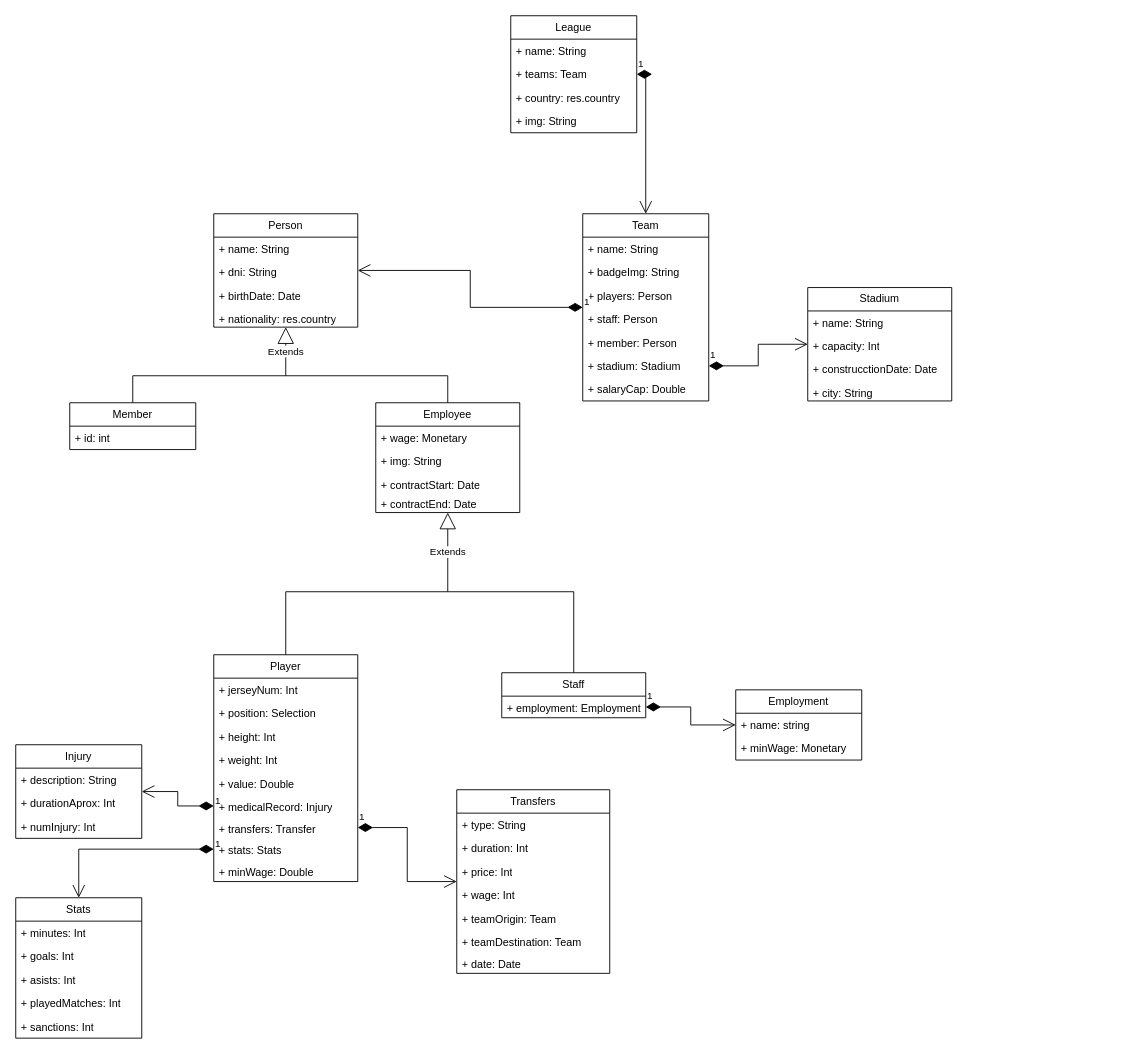
Earlier version of the draw.io diagram UML/UML-League-en.drawio (Arrcturus/laliga-odoo). Source tidied: cells renumbered, new cells numbered last; positions are measured from the earlier drawing's top-left corner, leaving out a move shared by most shapes. Both pictures are drawn from the tidied source at 90%, with x=0, y=0 at pixel (15, 15).
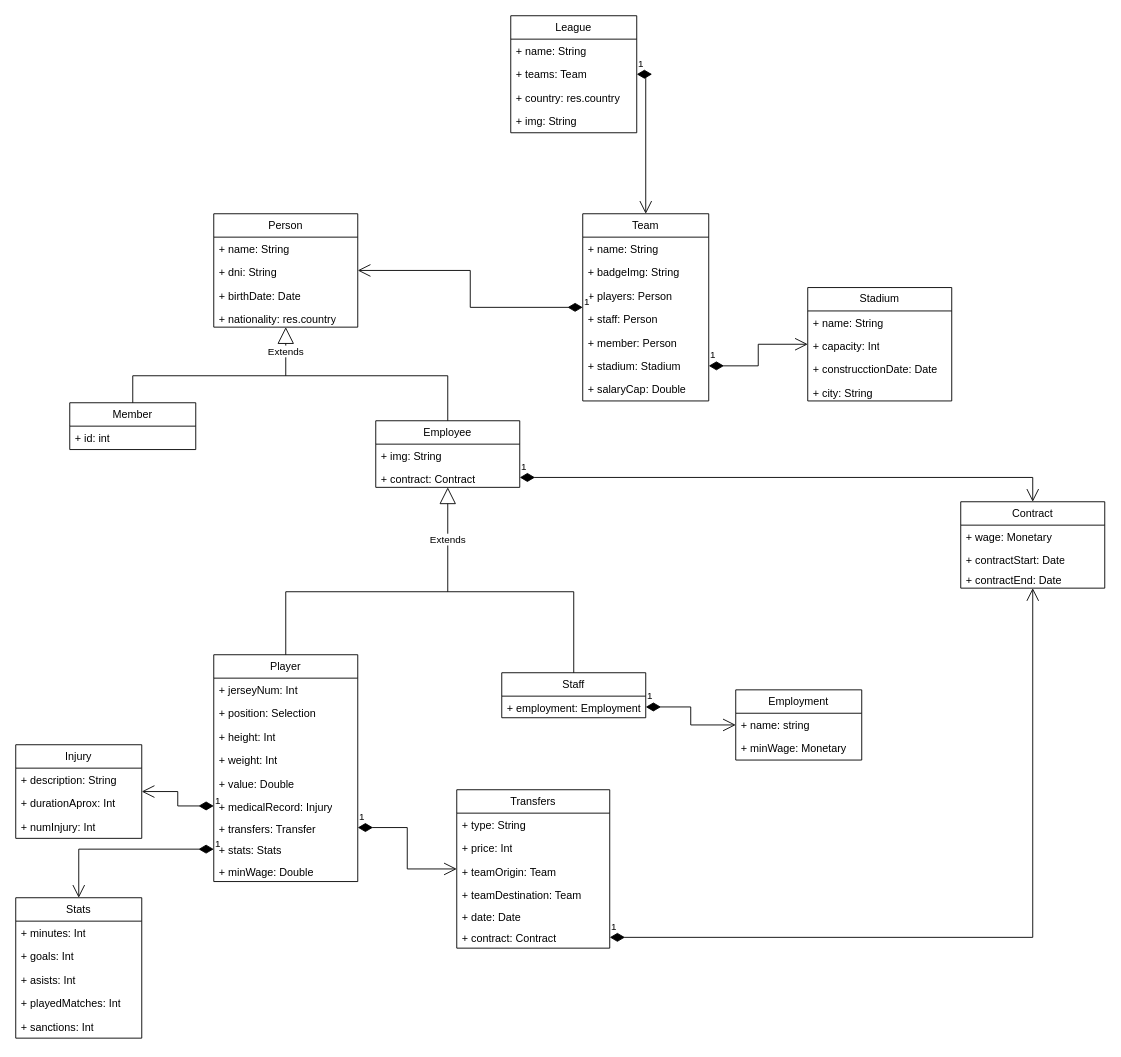
Above is the later version.

Commit message:
Adding Contract model

Adding Contract model, with changes on Employee and Transfers

Diff of the diagram source:
```diff
@@
     <mxCell id="8" value="Employee" style="swimlane;fontStyle=0;horizontal=1;startSize=26;fillColor=none;whiteSpace=wrap;html=1;" parent="1" vertex="1">
-      <mxGeometry x="400" y="430" width="160" height="122" as="geometry" />
+      <mxGeometry x="400" y="450" width="160" height="74" as="geometry" />
     </mxCell>
-    <mxCell id="9" value="+ wage: Monetary" style="text;strokeColor=none;fillColor=none;align=left;verticalAlign=top;spacingLeft=4;spacingRight=4;overflow=hidden;whiteSpace=wrap;html=1;" parent="8" vertex="1">
-      <mxGeometry y="26" width="160" height="26" as="geometry" />
-    </mxCell>
     <mxCell id="10" value="+ img: String" style="text;strokeColor=none;fillColor=none;align=left;verticalAlign=top;spacingLeft=4;spacingRight=4;overflow=hidden;whiteSpace=wrap;html=1;" parent="8" vertex="1">
-      <mxGeometry y="52" width="160" height="26" as="geometry" />
+      <mxGeometry y="26" width="160" height="26" as="geometry" />
     </mxCell>
-    <mxCell id="11" value="+ contractStart: Date" style="text;strokeColor=none;fillColor=none;align=left;verticalAlign=top;spacingLeft=4;spacingRight=4;overflow=hidden;points=[[0,0.5],[1,0.5]];portConstraint=eastwest;whiteSpace=wrap;html=1;" parent="8" vertex="1">
-      <mxGeometry y="78" width="160" height="22" as="geometry" />
+    <mxCell id="11" value="+ contract: Contract" style="text;strokeColor=none;fillColor=none;align=left;verticalAlign=top;spacingLeft=4;spacingRight=4;overflow=hidden;points=[[0,0.5],[1,0.5]];portConstraint=eastwest;whiteSpace=wrap;html=1;" parent="8" vertex="1">
+      <mxGeometry y="52" width="160" height="22" as="geometry" />
     </mxCell>
-    <mxCell id="12" value="+ contractEnd: Date" style="text;strokeColor=none;fillColor=none;align=left;verticalAlign=top;spacingLeft=4;spacingRight=4;overflow=hidden;whiteSpace=wrap;html=1;" parent="8" vertex="1">
-      <mxGeometry y="100" width="160" height="22" as="geometry" />
-    </mxCell>
@@
     <mxCell id="71" value="Transfers" style="swimlane;fontStyle=0;horizontal=1;startSize=26;fillColor=none;whiteSpace=wrap;html=1;" parent="1" vertex="1">
-      <mxGeometry x="490" y="860" width="170" height="204" as="geometry" />
+      <mxGeometry x="490" y="860" width="170" height="176" as="geometry" />
     </mxCell>
@@
-    <mxCell id="73" value="+ duration: Int" style="text;strokeColor=none;fillColor=none;align=left;verticalAlign=top;spacingLeft=4;spacingRight=4;overflow=hidden;whiteSpace=wrap;html=1;" parent="71" vertex="1">
-      <mxGeometry y="52" width="170" height="26" as="geometry" />
-    </mxCell>
     <mxCell id="74" value="+ price: Int" style="text;strokeColor=none;fillColor=none;align=left;verticalAlign=top;spacingLeft=4;spacingRight=4;overflow=hidden;whiteSpace=wrap;html=1;" parent="71" vertex="1">
-      <mxGeometry y="78" width="170" height="26" as="geometry" />
+      <mxGeometry y="52" width="170" height="26" as="geometry" />
     </mxCell>
-    <mxCell id="75" value="+ wage: Int" style="text;strokeColor=none;fillColor=none;align=left;verticalAlign=top;spacingLeft=4;spacingRight=4;overflow=hidden;whiteSpace=wrap;html=1;" parent="71" vertex="1">
-      <mxGeometry y="104" width="170" height="26" as="geometry" />
-    </mxCell>
     <mxCell id="76" value="+ teamOrigin: Team" style="text;strokeColor=none;fillColor=none;align=left;verticalAlign=top;spacingLeft=4;spacingRight=4;overflow=hidden;whiteSpace=wrap;html=1;" parent="71" vertex="1">
-      <mxGeometry y="130" width="170" height="26" as="geometry" />
+      <mxGeometry y="78" width="170" height="26" as="geometry" />
     </mxCell>
     <mxCell id="77" value="+ teamDestination: Team" style="text;strokeColor=none;fillColor=none;align=left;verticalAlign=top;spacingLeft=4;spacingRight=4;overflow=hidden;whiteSpace=wrap;html=1;" parent="71" vertex="1">
-      <mxGeometry y="156" width="170" height="24" as="geometry" />
+      <mxGeometry y="104" width="170" height="24" as="geometry" />
     </mxCell>
     <mxCell id="78" value="+ date: Date" style="text;strokeColor=none;fillColor=none;align=left;verticalAlign=top;spacingLeft=4;spacingRight=4;overflow=hidden;whiteSpace=wrap;html=1;" parent="71" vertex="1">
-      <mxGeometry y="180" width="170" height="24" as="geometry" />
+      <mxGeometry y="128" width="170" height="24" as="geometry" />
     </mxCell>
+    <mxCell id="80" value="+ contract: Contract" style="text;strokeColor=none;fillColor=none;align=left;verticalAlign=top;spacingLeft=4;spacingRight=4;overflow=hidden;points=[[0,0.5],[1,0.5]];portConstraint=eastwest;whiteSpace=wrap;html=1;" parent="71" vertex="1">
+      <mxGeometry y="152" width="170" height="24" as="geometry" />
+    </mxCell>
@@
+    <mxCell id="81" value="Contract" style="swimlane;fontStyle=0;horizontal=1;startSize=26;fillColor=none;whiteSpace=wrap;html=1;" parent="1" vertex="1">
+      <mxGeometry x="1050" y="540" width="160" height="96" as="geometry" />
+    </mxCell>
+    <mxCell id="9" value="+ wage: Monetary" style="text;strokeColor=none;fillColor=none;align=left;verticalAlign=top;spacingLeft=4;spacingRight=4;overflow=hidden;whiteSpace=wrap;html=1;" parent="81" vertex="1">
+      <mxGeometry y="26" width="160" height="26" as="geometry" />
+    </mxCell>
+    <mxCell id="82" value="+ contractStart: Date" style="text;strokeColor=none;fillColor=none;align=left;verticalAlign=top;spacingLeft=4;spacingRight=4;overflow=hidden;whiteSpace=wrap;html=1;" parent="81" vertex="1">
+      <mxGeometry y="52" width="160" height="22" as="geometry" />
+    </mxCell>
+    <mxCell id="12" value="+ contractEnd: Date" style="text;strokeColor=none;fillColor=none;align=left;verticalAlign=top;spacingLeft=4;spacingRight=4;overflow=hidden;whiteSpace=wrap;html=1;" parent="81" vertex="1">
+      <mxGeometry y="74" width="160" height="22" as="geometry" />
+    </mxCell>
+    <mxCell id="83" value="1" style="endArrow=open;html=1;endSize=12;startArrow=diamondThin;startSize=14;startFill=1;edgeStyle=orthogonalEdgeStyle;align=left;verticalAlign=bottom;rounded=0;" parent="1" edge="1" source="11" target="81">
+      <mxGeometry x="-1" y="3" relative="1" as="geometry" />
+    </mxCell>
+    <mxCell id="84" value="1" style="endArrow=open;html=1;endSize=12;startArrow=diamondThin;startSize=14;startFill=1;edgeStyle=orthogonalEdgeStyle;align=left;verticalAlign=bottom;rounded=0;" parent="1" edge="1" source="80" target="81">
+      <mxGeometry x="-1" y="3" relative="1" as="geometry" />
+    </mxCell>
```
